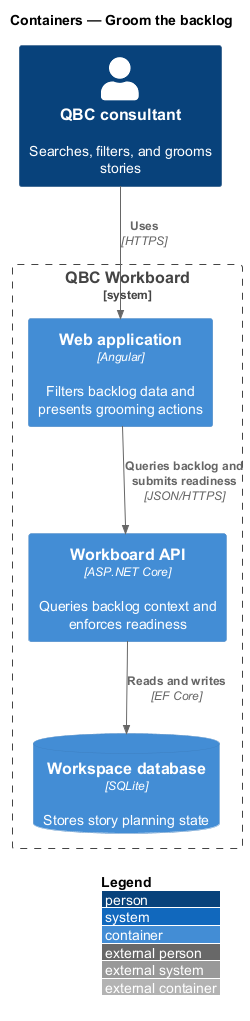
This is docs/detailed-designs/planning/groom-backlog/diagrams/c4-container.png from QuinntyneBrown/quinntyne-brown-consulting, a PlantUML export, as it was before one commit. Source of this version:
```plantuml
@startuml
!include <C4/C4_Container>
LAYOUT_WITH_LEGEND()
title Containers — Groom the backlog

Person(consultant, "QBC consultant", "Searches, filters, and grooms stories")
System_Boundary(workboard, "QBC Workboard") {
  Container(spa, "Web application", "Angular", "Filters backlog data and presents grooming actions")
  Container(api, "Workboard API", "ASP.NET Core", "Queries backlog context and enforces readiness")
  ContainerDb(db, "Workspace database", "SQLite", "Stores story planning state")
}

Rel(consultant, spa, "Uses", "HTTPS")
Rel(spa, api, "Queries backlog and submits readiness", "JSON/HTTPS")
Rel(api, db, "Reads and writes", "EF Core")
@enduml
```
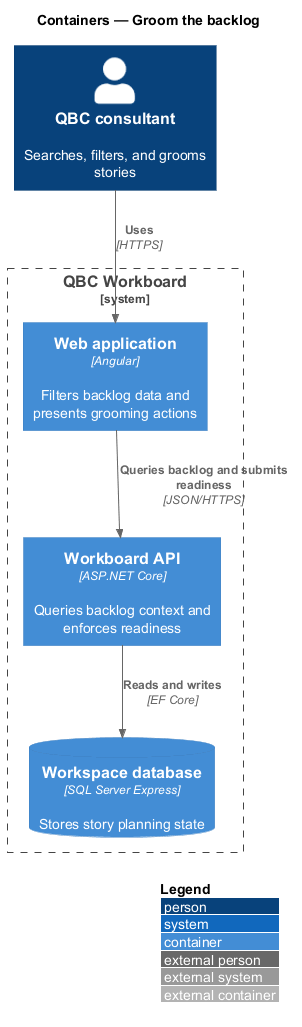
Above is the later version.

Diff of the diagram source:
```diff
@@ -7,7 +7,7 @@
 System_Boundary(workboard, "QBC Workboard") {
   Container(spa, "Web application", "Angular", "Filters backlog data and presents grooming actions")
   Container(api, "Workboard API", "ASP.NET Core", "Queries backlog context and enforces readiness")
-  ContainerDb(db, "Workspace database", "SQLite", "Stores story planning state")
+  ContainerDb(db, "Workspace database", "SQL Server Express", "Stores story planning state")
 }
 
 Rel(consultant, spa, "Uses", "HTTPS")
```
